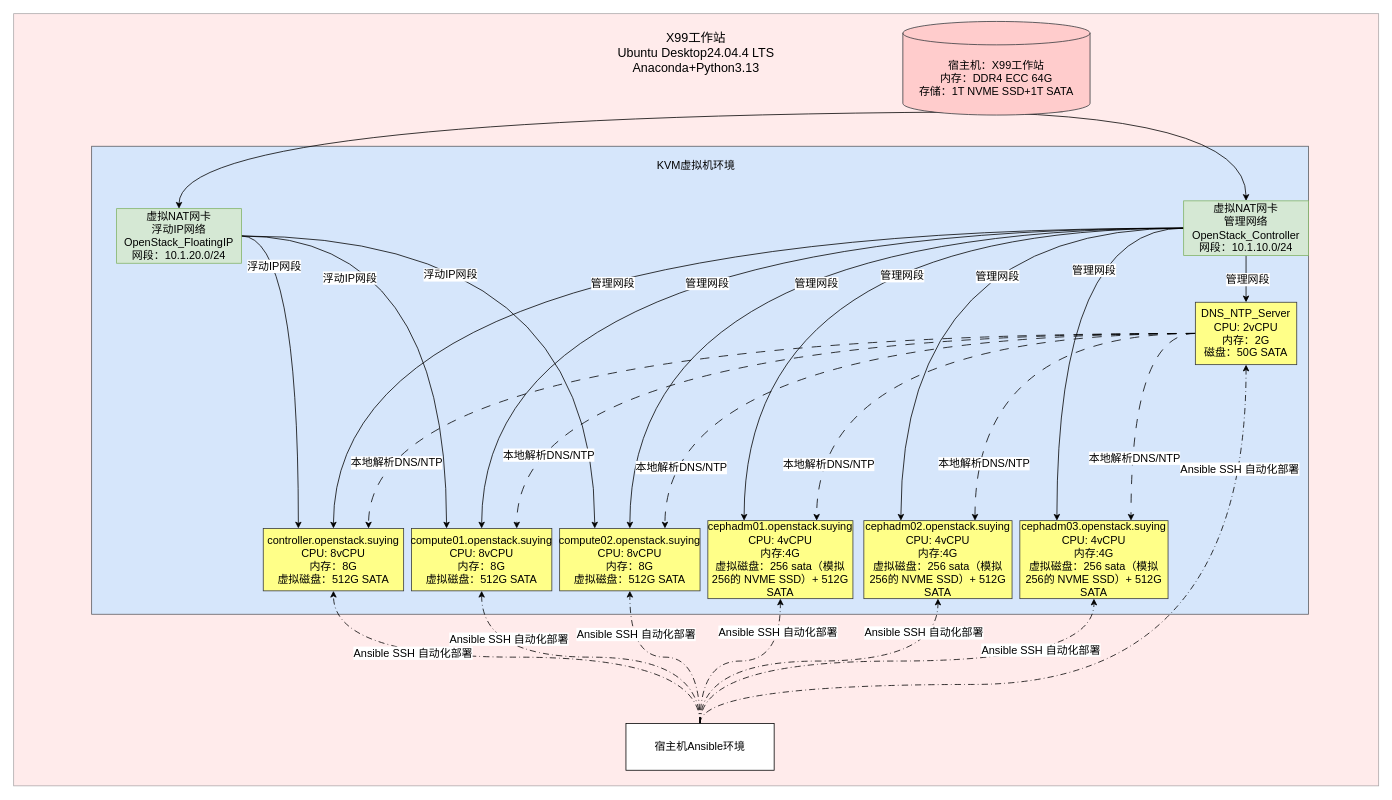
This is 测试环境部署模型.drawio from lrAltas/DrwaIO, a draw.io file, before an edit. Source tidied: cells renumbered, new cells numbered last; positions are measured from the earlier drawing's top-left corner, leaving out a move shared by most shapes. Both pictures are drawn from the tidied source at 78%, with x=0, y=0 at pixel (13, 13).
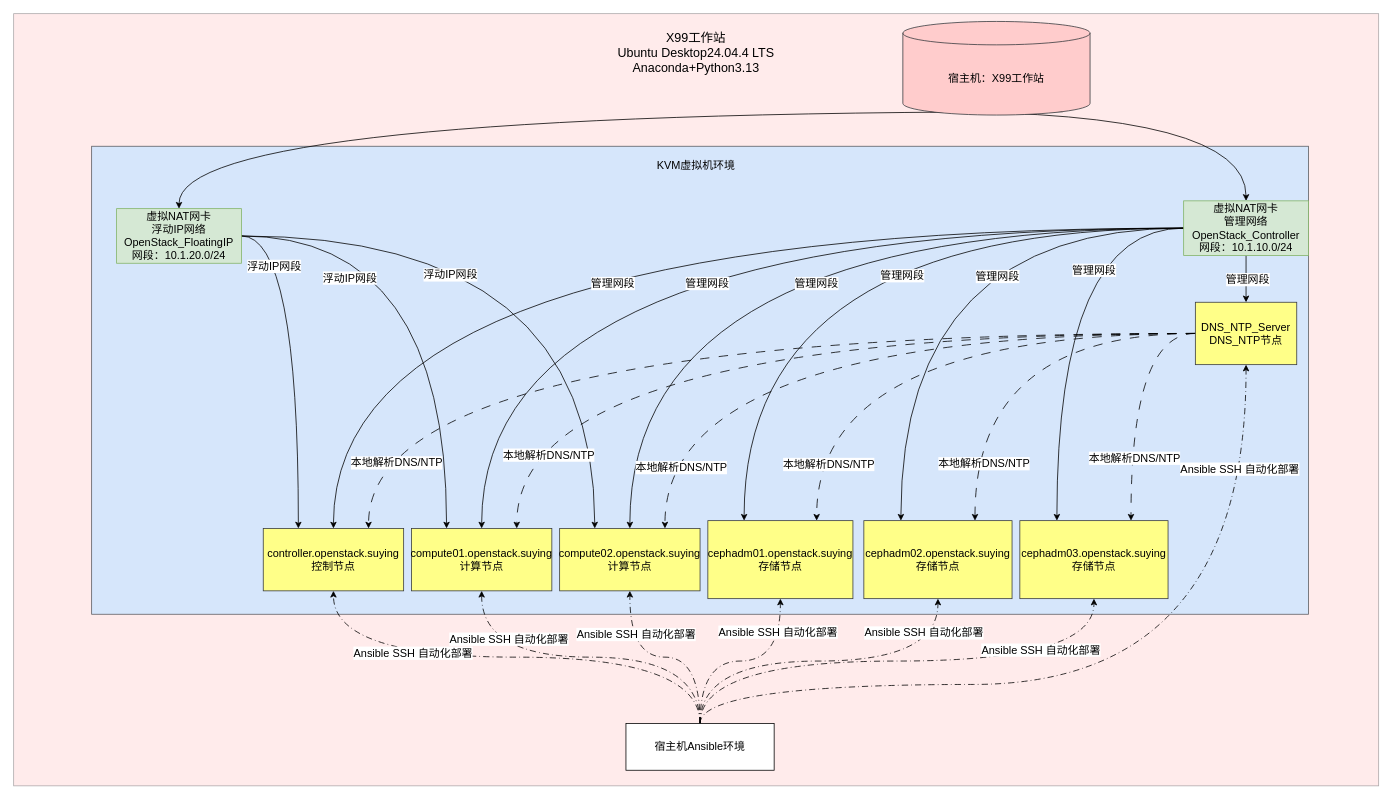
The same page after the edit.

Commit message:
更新测试环境部署模型.drawio

Change to the diagram source:
```diff
@@
-    <mxCell id="6" value="&lt;div&gt;宿主机：X99工作站&lt;/div&gt;&lt;div&gt;内存：DDR4 ECC 64G&lt;/div&gt;&lt;div&gt;存储：1T NVME SSD+1T SATA&lt;/div&gt;" style="shape=cylinder3;whiteSpace=wrap;html=1;boundedLbl=1;backgroundOutline=1;size=15;fillColor=#ffcccc;strokeColor=#36393d;fontSize=14;" parent="1" vertex="1">
+    <mxCell id="6" value="&lt;div&gt;宿主机：X99工作站&lt;/div&gt;" style="shape=cylinder3;whiteSpace=wrap;html=1;boundedLbl=1;backgroundOutline=1;size=15;fillColor=#ffcccc;strokeColor=#36393d;fontSize=14;" parent="1" vertex="1">
       <mxGeometry x="1140" y="10" width="240" height="120" as="geometry" />
     </mxCell>
@@
-    <mxCell id="41" value="&lt;div&gt;DNS_NTP_Server&lt;/div&gt;&lt;div&gt;CPU: 2vCPU&lt;/div&gt;&lt;div&gt;内存：2G&lt;/div&gt;&lt;div&gt;磁盘：50G SATA&lt;/div&gt;" style="whiteSpace=wrap;html=1;rounded=0;fillColor=#ffff88;strokeColor=#36393d;fontSize=14;" parent="1" vertex="1">
+    <mxCell id="41" value="&lt;div&gt;DNS_NTP_Server&lt;/div&gt;DNS_NTP节点" style="whiteSpace=wrap;html=1;rounded=0;fillColor=#ffff88;strokeColor=#36393d;fontSize=14;" parent="1" vertex="1">
       <mxGeometry x="1515" y="370" width="130" height="80" as="geometry" />
     </mxCell>
-    <mxCell id="42" value="&lt;div&gt;controller.openstack.suying&lt;/div&gt;&lt;div&gt;CPU: 8vCPU&lt;/div&gt;&lt;div&gt;内存：8G&lt;/div&gt;&lt;div&gt;虚拟磁盘：512G SATA&lt;/div&gt;" style="rounded=0;whiteSpace=wrap;html=1;fillColor=#ffff88;strokeColor=#36393d;fontSize=14;" parent="1" vertex="1">
+    <mxCell id="42" value="&lt;div&gt;controller.openstack.suying&lt;/div&gt;&lt;div&gt;控制节点&lt;/div&gt;" style="rounded=0;whiteSpace=wrap;html=1;fillColor=#ffff88;strokeColor=#36393d;fontSize=14;" parent="1" vertex="1">
       <mxGeometry x="320" y="660" width="180" height="80" as="geometry" />
     </mxCell>
-    <mxCell id="43" value="&lt;div&gt;compute01.openstack.suying&lt;/div&gt;&lt;div&gt;CPU: 8vCPU&lt;/div&gt;&lt;div&gt;内存：8G&lt;/div&gt;&lt;div&gt;虚拟磁盘：512G SATA&lt;/div&gt;" style="rounded=0;whiteSpace=wrap;html=1;fillColor=#ffff88;strokeColor=#36393d;fontSize=14;" parent="1" vertex="1">
+    <mxCell id="43" value="&lt;div&gt;compute01.openstack.suying&lt;/div&gt;计算节点" style="rounded=0;whiteSpace=wrap;html=1;fillColor=#ffff88;strokeColor=#36393d;fontSize=14;" parent="1" vertex="1">
       <mxGeometry x="510" y="660" width="180" height="80" as="geometry" />
     </mxCell>
-    <mxCell id="44" value="&lt;div&gt;compute02.openstack.suying&lt;/div&gt;&lt;div&gt;CPU: 8vCPU&lt;/div&gt;&lt;div&gt;内存：8G&lt;/div&gt;&lt;div&gt;虚拟磁盘：512G SATA&lt;/div&gt;" style="rounded=0;whiteSpace=wrap;html=1;fillColor=#ffff88;strokeColor=#36393d;fontSize=14;" parent="1" vertex="1">
+    <mxCell id="44" value="&lt;div&gt;compute02.openstack.suying&lt;/div&gt;计算节点" style="rounded=0;whiteSpace=wrap;html=1;fillColor=#ffff88;strokeColor=#36393d;fontSize=14;" parent="1" vertex="1">
       <mxGeometry x="700" y="660" width="180" height="80" as="geometry" />
     </mxCell>
-    <mxCell id="45" value="&lt;div&gt;cephadm01.openstack.suying&lt;/div&gt;&lt;div&gt;CPU: 4vCPU&lt;/div&gt;&lt;div&gt;内存:4G&lt;/div&gt;&lt;div&gt;虚拟磁盘：256 sata（模拟256的 NVME SSD）+ 512G SATA&lt;/div&gt;" style="rounded=0;whiteSpace=wrap;html=1;fillColor=#ffff88;strokeColor=#36393d;fontSize=14;" parent="1" vertex="1">
+    <mxCell id="45" value="&lt;div&gt;cephadm01.openstack.suying&lt;/div&gt;存储节点" style="rounded=0;whiteSpace=wrap;html=1;fillColor=#ffff88;strokeColor=#36393d;fontSize=14;" parent="1" vertex="1">
       <mxGeometry x="890" y="650" width="186" height="100" as="geometry" />
     </mxCell>
-    <mxCell id="46" value="&lt;div&gt;cephadm02.openstack.suying&lt;/div&gt;&lt;div&gt;CPU: 4vCPU&lt;/div&gt;&lt;div&gt;内存:4G&lt;/div&gt;&lt;div&gt;虚拟磁盘：256 sata（模拟256的 NVME SSD）+ 512G SATA&lt;/div&gt;" style="rounded=0;whiteSpace=wrap;html=1;fillColor=#ffff88;strokeColor=#36393d;fontSize=14;" parent="1" vertex="1">
+    <mxCell id="46" value="&lt;div&gt;cephadm02.openstack.suying&lt;/div&gt;存储节点" style="rounded=0;whiteSpace=wrap;html=1;fillColor=#ffff88;strokeColor=#36393d;fontSize=14;" parent="1" vertex="1">
       <mxGeometry x="1090" y="650" width="190" height="100" as="geometry" />
     </mxCell>
-    <mxCell id="47" value="&lt;div&gt;cephadm03.openstack.suying&lt;/div&gt;&lt;div&gt;CPU: 4vCPU&lt;/div&gt;&lt;div&gt;内存:4G&lt;/div&gt;&lt;div&gt;虚拟磁盘：256 sata（模拟256的 NVME SSD）+ 512G SATA&lt;/div&gt;" style="rounded=0;whiteSpace=wrap;html=1;fillColor=#ffff88;strokeColor=#36393d;fontSize=14;" parent="1" vertex="1">
+    <mxCell id="47" value="&lt;div&gt;cephadm03.openstack.suying&lt;/div&gt;存储节点" style="rounded=0;whiteSpace=wrap;html=1;fillColor=#ffff88;strokeColor=#36393d;fontSize=14;" parent="1" vertex="1">
       <mxGeometry x="1290" y="650" width="190" height="100" as="geometry" />
     </mxCell>
```
